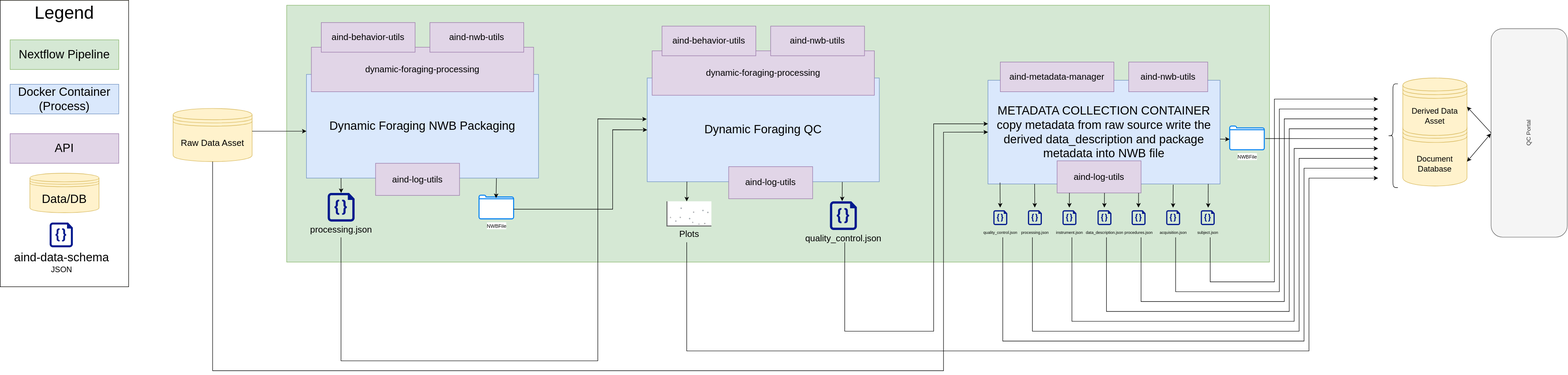
AllenNeuralDynamics/aind-software-docs keeps this draw.io diagram as diagrams/dynamic_foraging/mid_level/dynamic-foraging_pipeline.svg. Above is the earlier version. Source tidied: cells renumbered, new cells last; positions are measured from the earlier drawing's top-left corner, leaving out a move shared by most shapes.
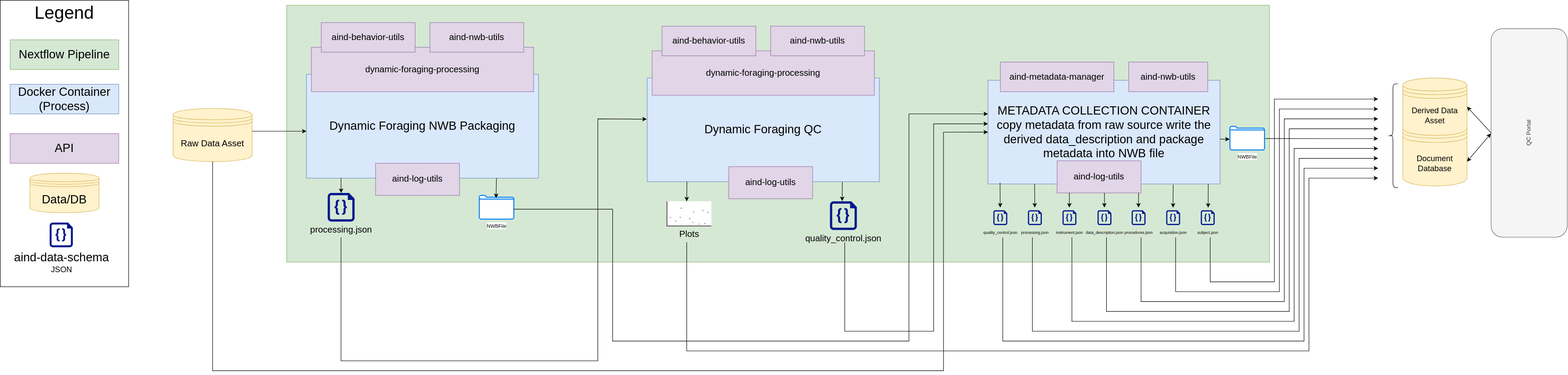
Above is the later version.

Commit message:
fix: fix more incorrect arros

Change to the diagram source:
```diff
@@ -162,11 +162,13 @@
         </Array>
       </mxGeometry>
     </mxCell>
-    <mxCell id="45" style="endArrow=classic;html=1;rounded=0;entryX=0;entryY=0.5;entryDx=0;entryDy=0;exitX=0.992;exitY=0.583;exitDx=0;exitDy=0;exitPerimeter=0;" parent="1" edge="1" source="37" target="30">
+    <mxCell id="45" style="endArrow=classic;html=1;rounded=0;exitX=0.992;exitY=0.583;exitDx=0;exitDy=0;exitPerimeter=0;entryX=0;entryY=0.324;entryDx=0;entryDy=0;entryPerimeter=0;" parent="1" edge="1" source="37" target="4">
       <mxGeometry relative="1" as="geometry">
         <Array as="points">
           <mxPoint x="1240" y="423" />
-          <mxPoint x="1240" y="262" />
+          <mxPoint x="1240" y="690" />
+          <mxPoint x="1840" y="690" />
+          <mxPoint x="1840" y="230" />
         </Array>
       </mxGeometry>
     </mxCell>
```
